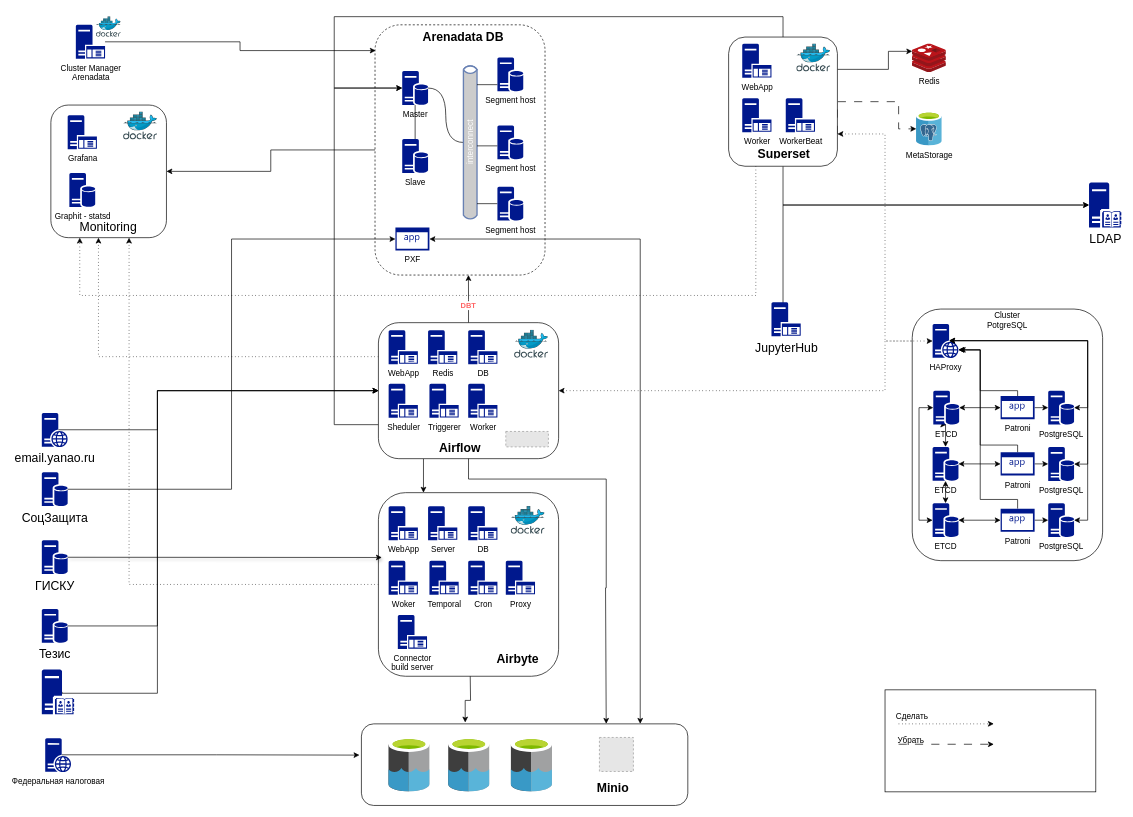
SamRozhkov/struct keeps this draw.io diagram as Тест.drawio. Above is the earlier version. Source tidied: cells renumbered, new cells numbered last; positions are measured from the earlier drawing's top-left corner, leaving out a move shared by most shapes. Both pictures are drawn from the tidied source at 68%, with x=0, y=0 at pixel (41, 16). Pictures stored in the file or linked from it are replaced by grey dashed boxes.
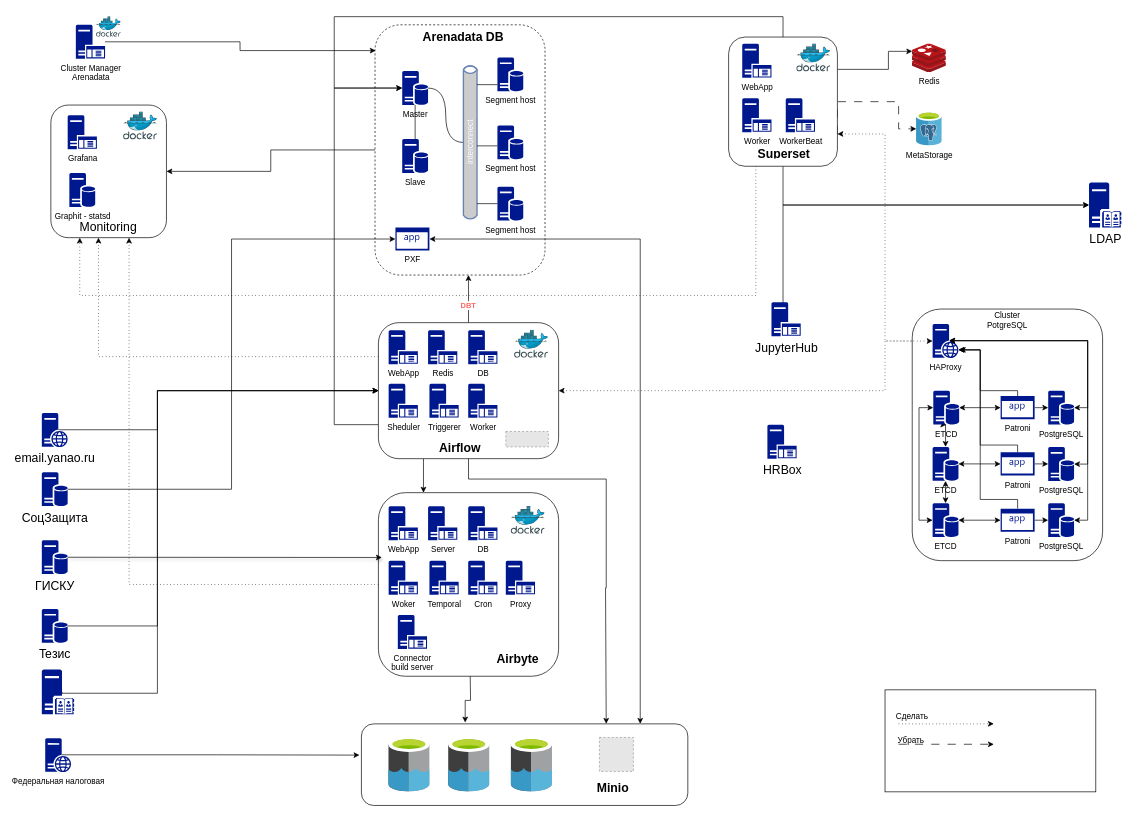
The same diagram, later.

Change to the diagram source:
```diff
@@
+    <mxCell id="124" value="&lt;font style=&quot;font-size: 18px;&quot;&gt;HRBox&lt;/font&gt;" style="sketch=0;shadow=0;dashed=0;html=1;strokeColor=none;labelPosition=center;verticalLabelPosition=bottom;verticalAlign=top;align=center;fillColor=#00188D;shape=mxgraph.mscae.enterprise.application_server;" parent="1" vertex="1">
+      <mxGeometry x="1067" y="600" width="43" height="50" as="geometry" />
+    </mxCell>
```
